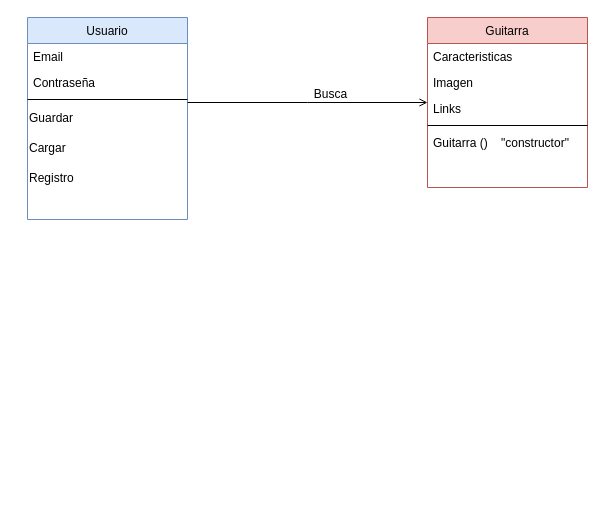
okronar/ProyectoFinalSergioRamos keeps this draw.io diagram as mockups/DiagramaClases.drawio. Above is the earlier version. Source tidied: cells renumbered, new cells numbered last; positions are measured from the earlier drawing's top-left corner, leaving out a move shared by most shapes. Both pictures are drawn from the tidied source at 100%, with x=0, y=0 at pixel (27, 17).
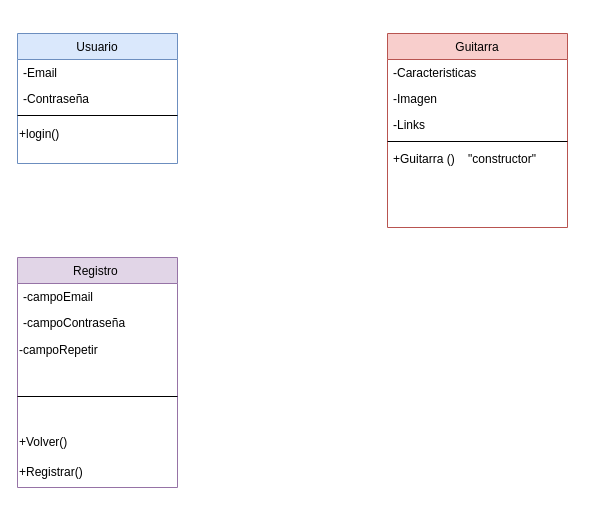
The same page after the edit.

Change to the diagram source:
```diff
@@
 <mxGraphModel>
   <root>
     <mxCell id="0" />
     <mxCell id="1" parent="0" />
     <mxCell id="2" value="Usuario" style="swimlane;fontStyle=0;align=center;verticalAlign=top;horizontal=1;startSize=26;rounded=0;shadow=0;strokeWidth=1;fillColor=#dae8fc;strokeColor=#6c8ebf;" parent="1" vertex="1">
-      <mxGeometry width="160" height="202" as="geometry" />
+      <mxGeometry x="-10" y="16" width="160" height="130" as="geometry" />
     </mxCell>
-    <mxCell id="3" value="Email" style="text;align=left;verticalAlign=top;spacingLeft=4;spacingRight=4;overflow=hidden;" parent="2" vertex="1">
+    <mxCell id="3" value="-Email" style="text;align=left;verticalAlign=top;spacingLeft=4;spacingRight=4;overflow=hidden;" parent="2" vertex="1">
       <mxGeometry y="26" width="160" height="26" as="geometry" />
     </mxCell>
-    <mxCell id="4" value="Contraseña" style="text;align=left;verticalAlign=top;spacingLeft=4;spacingRight=4;overflow=hidden;rounded=0;shadow=0;html=0;" parent="2" vertex="1">
+    <mxCell id="4" value="-Contraseña" style="text;align=left;verticalAlign=top;spacingLeft=4;spacingRight=4;overflow=hidden;rounded=0;shadow=0;html=0;" parent="2" vertex="1">
       <mxGeometry y="52" width="160" height="26" as="geometry" />
     </mxCell>
     <mxCell id="5" style="line;html=1;strokeWidth=1;align=left;verticalAlign=middle;spacingTop=-1;spacingLeft=3;spacingRight=3;labelPosition=right;" parent="2" vertex="1">
       <mxGeometry y="78" width="160" height="8" as="geometry" />
     </mxCell>
-    <mxCell id="6" value="Guardar" style="text;html=1;align=left;verticalAlign=middle;strokeColor=none;fillColor=none;" parent="2" vertex="1">
-      <mxGeometry y="86" width="160" height="30" as="geometry" />
-    </mxCell>
-    <mxCell id="7" value="Cargar" style="text;html=1;align=left;verticalAlign=middle;strokeColor=none;fillColor=none;" parent="2" vertex="1">
-      <mxGeometry y="116" width="160" height="30" as="geometry" />
-    </mxCell>
-    <mxCell id="8" value="Registro" style="text;html=1;align=left;verticalAlign=middle;strokeColor=none;fillColor=none;" parent="2" vertex="1">
-      <mxGeometry y="146" width="160" height="30" as="geometry" />
+    <mxCell id="8" value="+login()" style="text;html=1;align=left;verticalAlign=middle;strokeColor=none;fillColor=none;" parent="2" vertex="1">
+      <mxGeometry y="86" width="160" height="30" as="geometry" />
     </mxCell>
     <mxCell id="9" value="Guitarra" style="swimlane;fontStyle=0;align=center;verticalAlign=top;horizontal=1;startSize=26;rounded=0;shadow=0;strokeWidth=1;fillColor=#f8cecc;strokeColor=#b85450;" parent="1" vertex="1">
-      <mxGeometry x="400" width="160" height="170" as="geometry" />
+      <mxGeometry x="360" y="16" width="180" height="194" as="geometry" />
     </mxCell>
-    <mxCell id="10" value="Caracteristicas" style="text;align=left;verticalAlign=top;spacingLeft=4;spacingRight=4;overflow=hidden;" parent="9" vertex="1">
-      <mxGeometry y="26" width="160" height="26" as="geometry" />
+    <mxCell id="10" value="-Caracteristicas" style="text;align=left;verticalAlign=top;spacingLeft=4;spacingRight=4;overflow=hidden;" parent="9" vertex="1">
+      <mxGeometry y="26" width="180" height="26" as="geometry" />
     </mxCell>
-    <mxCell id="11" value="Imagen" style="text;align=left;verticalAlign=top;spacingLeft=4;spacingRight=4;overflow=hidden;rounded=0;shadow=0;html=0;" parent="9" vertex="1">
-      <mxGeometry y="52" width="160" height="26" as="geometry" />
+    <mxCell id="11" value="-Imagen" style="text;align=left;verticalAlign=top;spacingLeft=4;spacingRight=4;overflow=hidden;rounded=0;shadow=0;html=0;" parent="9" vertex="1">
+      <mxGeometry y="52" width="180" height="26" as="geometry" />
     </mxCell>
-    <mxCell id="12" value="Links" style="text;align=left;verticalAlign=top;spacingLeft=4;spacingRight=4;overflow=hidden;rounded=0;shadow=0;html=0;" parent="9" vertex="1">
-      <mxGeometry y="78" width="160" height="26" as="geometry" />
+    <mxCell id="12" value="-Links" style="text;align=left;verticalAlign=top;spacingLeft=4;spacingRight=4;overflow=hidden;rounded=0;shadow=0;html=0;" parent="9" vertex="1">
+      <mxGeometry y="78" width="180" height="26" as="geometry" />
     </mxCell>
     <mxCell id="13" style="line;html=1;strokeWidth=1;align=left;verticalAlign=middle;spacingTop=-1;spacingLeft=3;spacingRight=3;labelPosition=right;" parent="9" vertex="1">
-      <mxGeometry y="104" width="160" height="8" as="geometry" />
+      <mxGeometry y="104" width="180" height="8" as="geometry" />
     </mxCell>
-    <mxCell id="14" value="Guitarra ()    &quot;constructor&quot;" style="text;align=left;verticalAlign=top;spacingLeft=4;spacingRight=4;overflow=hidden;" parent="9" vertex="1">
-      <mxGeometry y="112" width="160" height="26" as="geometry" />
+    <mxCell id="14" value="+Guitarra ()    &quot;constructor&quot;" style="text;align=left;verticalAlign=top;spacingLeft=4;spacingRight=4;overflow=hidden;" parent="9" vertex="1">
+      <mxGeometry y="112" width="180" height="26" as="geometry" />
     </mxCell>
-    <mxCell id="15" style="endArrow=open;shadow=0;strokeWidth=1;rounded=0;curved=0;endFill=1;edgeStyle=elbowEdgeStyle;elbow=vertical;" parent="1" edge="1" source="2" target="9">
-      <mxGeometry x="0.5" y="41" relative="1" as="geometry">
-        <mxPoint x="-40" y="32" as="offset" />
-      </mxGeometry>
-    </mxCell>
-    <mxCell id="16" value="Busca" style="text;html=1;align=center;verticalAlign=middle;labelBackgroundColor=none;rounded=0;shadow=0;strokeWidth=1;fontSize=12;" parent="15" vertex="1">
-      <mxGeometry x="0.5" y="49" relative="1" as="geometry">
-        <mxPoint x="-38" y="40" as="offset" />
-      </mxGeometry>
-    </mxCell>
+    <mxCell id="17" value="Registro " style="swimlane;fontStyle=0;align=center;verticalAlign=top;horizontal=1;startSize=26;rounded=0;shadow=0;strokeWidth=1;fillColor=#e1d5e7;strokeColor=#9673a6;" parent="1" vertex="1">
+      <mxGeometry x="-10" y="240" width="160" height="230" as="geometry" />
+    </mxCell>
+    <mxCell id="18" value="-campoEmail" style="text;align=left;verticalAlign=top;spacingLeft=4;spacingRight=4;overflow=hidden;" parent="17" vertex="1">
+      <mxGeometry y="26" width="160" height="26" as="geometry" />
+    </mxCell>
+    <mxCell id="19" value="-campoContraseña&#10;" style="text;align=left;verticalAlign=top;spacingLeft=4;spacingRight=4;overflow=hidden;rounded=0;shadow=0;html=0;" parent="17" vertex="1">
+      <mxGeometry y="52" width="160" height="26" as="geometry" />
+    </mxCell>
+    <mxCell id="20" value="-campoRepetir" style="text;html=1;align=left;verticalAlign=middle;strokeColor=none;fillColor=none;" parent="17" vertex="1">
+      <mxGeometry y="78" width="160" height="30" as="geometry" />
+    </mxCell>
+    <mxCell id="21" style="line;html=1;strokeWidth=1;align=left;verticalAlign=middle;spacingTop=-1;spacingLeft=3;spacingRight=3;labelPosition=right;" parent="17" vertex="1">
+      <mxGeometry y="108" width="160" height="62" as="geometry" />
+    </mxCell>
+    <mxCell id="22" value="+Volver()" style="text;html=1;align=left;verticalAlign=middle;strokeColor=none;fillColor=none;" parent="17" vertex="1">
+      <mxGeometry y="170" width="160" height="30" as="geometry" />
+    </mxCell>
+    <mxCell id="23" value="+Registrar()" style="text;html=1;align=left;verticalAlign=middle;strokeColor=none;fillColor=none;" parent="17" vertex="1">
+      <mxGeometry y="200" width="160" height="30" as="geometry" />
+    </mxCell>
   </root>
 </mxGraphModel>
```
